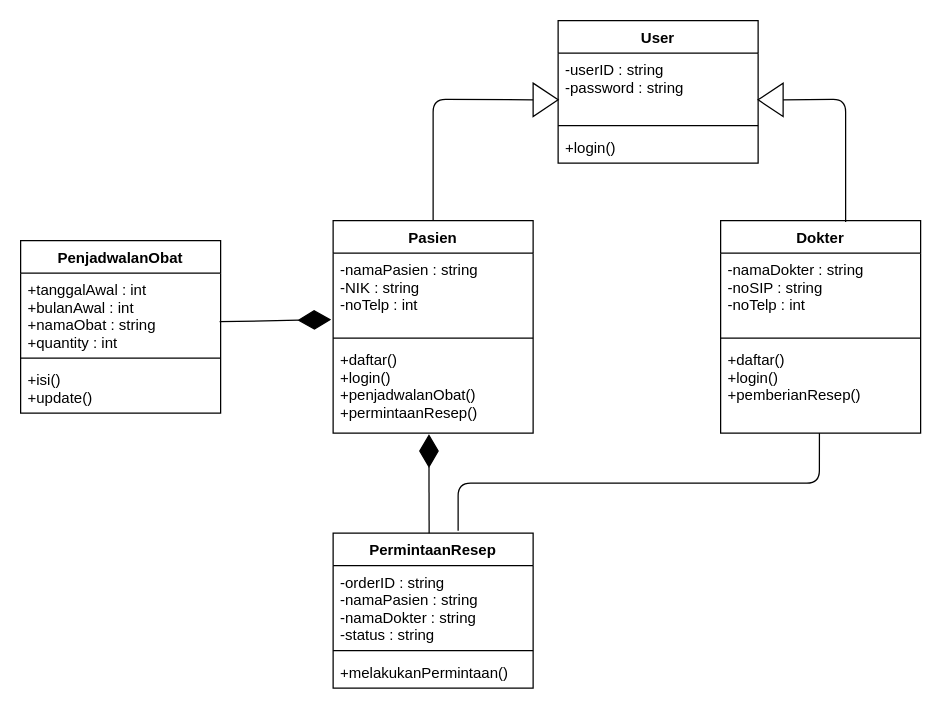
This is class diagram.drawio from WidadAbida/Praktikum-PPL, a draw.io file, before an edit. Source tidied: cells renumbered, new cells numbered last; positions are measured from the earlier drawing's top-left corner, leaving out a move shared by most shapes. Both pictures are drawn from the tidied source at 125%, with x=0, y=0 at pixel (20, 20).
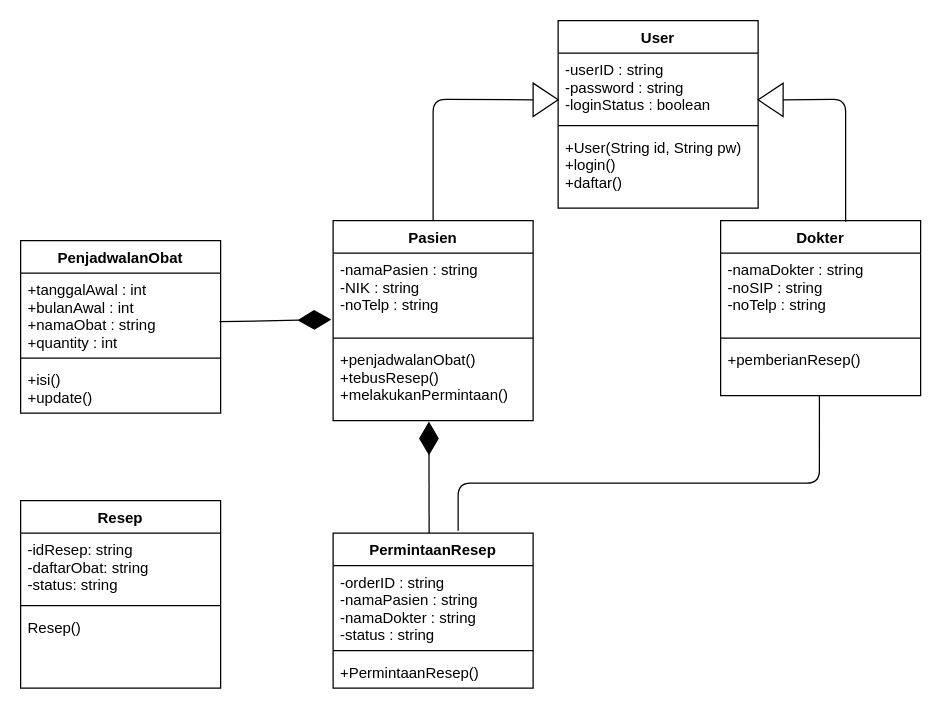
The same diagram, later.

Commit message:
Nambah Resep, pindah login() sama daftar() ke User

The change refers to these unchanged cells:
```xml
<mxCell id="23" value="PermintaanResep" style="swimlane;fontStyle=1;align=center;verticalAlign=top;horizontal=1;startSize=26;" parent="1" vertex="1">
  <mxGeometry x="250" y="410" width="160" height="124" as="geometry" />
</mxCell>
```

Diff of the diagram source:
```diff
@@
     <mxCell id="2" value="User" style="swimlane;fontStyle=1;align=center;verticalAlign=top;horizontal=1;startSize=26;" parent="1" vertex="1">
-      <mxGeometry x="430" width="160" height="114" as="geometry" />
+      <mxGeometry x="430" width="160" height="150" as="geometry" />
     </mxCell>
-    <mxCell id="3" value="-userID : string&#10;-password : string" style="text;strokeColor=none;fillColor=none;align=left;verticalAlign=top;spacingLeft=4;spacingRight=4;overflow=hidden;" parent="2" vertex="1">
+    <mxCell id="3" value="-userID : string&#10;-password : string&#10;-loginStatus : boolean&#10;" style="text;strokeColor=none;fillColor=none;align=left;verticalAlign=top;spacingLeft=4;spacingRight=4;overflow=hidden;" parent="2" vertex="1">
       <mxGeometry y="26" width="160" height="54" as="geometry" />
     </mxCell>
@@
-    <mxCell id="5" value="+login()" style="text;strokeColor=none;fillColor=none;align=left;verticalAlign=top;spacingLeft=4;spacingRight=4;overflow=hidden;" parent="2" vertex="1">
-      <mxGeometry y="88" width="160" height="26" as="geometry" />
+    <mxCell id="5" value="+User(String id, String pw)&#10;+login()&#10;+daftar()&#10;" style="text;strokeColor=none;fillColor=none;align=left;verticalAlign=top;spacingLeft=4;spacingRight=4;overflow=hidden;" parent="2" vertex="1">
+      <mxGeometry y="88" width="160" height="62" as="geometry" />
     </mxCell>
     <mxCell id="6" value="Pasien" style="swimlane;fontStyle=1;align=center;verticalAlign=top;horizontal=1;startSize=26;" parent="1" vertex="1">
-      <mxGeometry x="250" y="160" width="160" height="170" as="geometry" />
+      <mxGeometry x="250" y="160" width="160" height="160" as="geometry" />
     </mxCell>
-    <mxCell id="7" value="-namaPasien : string&#10;-NIK : string&#10;-noTelp : int" style="text;strokeColor=none;fillColor=none;align=left;verticalAlign=top;spacingLeft=4;spacingRight=4;overflow=hidden;points=[[0,0.5],[1,0.5]];portConstraint=eastwest;" parent="6" vertex="1">
+    <mxCell id="7" value="-namaPasien : string&#10;-NIK : string&#10;-noTelp : string" style="text;strokeColor=none;fillColor=none;align=left;verticalAlign=top;spacingLeft=4;spacingRight=4;overflow=hidden;points=[[0,0.5],[1,0.5]];portConstraint=eastwest;" parent="6" vertex="1">
       <mxGeometry y="26" width="160" height="64" as="geometry" />
     </mxCell>
@@
-    <mxCell id="9" value="+daftar()&#10;+login()&#10;+penjadwalanObat()&#10;+permintaanResep()&#10;" style="text;strokeColor=none;fillColor=none;align=left;verticalAlign=top;spacingLeft=4;spacingRight=4;overflow=hidden;points=[[0,0.5],[1,0.5]];portConstraint=eastwest;" parent="6" vertex="1">
-      <mxGeometry y="98" width="160" height="72" as="geometry" />
+    <mxCell id="9" value="+penjadwalanObat()&#10;+tebusResep()&#10;+melakukanPermintaan()&#10;" style="text;strokeColor=none;fillColor=none;align=left;verticalAlign=top;spacingLeft=4;spacingRight=4;overflow=hidden;points=[[0,0.5],[1,0.5]];portConstraint=eastwest;" parent="6" vertex="1">
+      <mxGeometry y="98" width="160" height="62" as="geometry" />
     </mxCell>
     <mxCell id="10" value="Dokter" style="swimlane;fontStyle=1;align=center;verticalAlign=top;horizontal=1;startSize=26;" parent="1" vertex="1">
-      <mxGeometry x="560" y="160" width="160" height="170" as="geometry" />
+      <mxGeometry x="560" y="160" width="160" height="140" as="geometry" />
     </mxCell>
-    <mxCell id="11" value="-namaDokter : string&#10;-noSIP : string&#10;-noTelp : int&#10;" style="text;strokeColor=none;fillColor=none;align=left;verticalAlign=top;spacingLeft=4;spacingRight=4;overflow=hidden;" parent="10" vertex="1">
+    <mxCell id="11" value="-namaDokter : string&#10;-noSIP : string&#10;-noTelp : string&#10;" style="text;strokeColor=none;fillColor=none;align=left;verticalAlign=top;spacingLeft=4;spacingRight=4;overflow=hidden;" parent="10" vertex="1">
       <mxGeometry y="26" width="160" height="64" as="geometry" />
     </mxCell>
@@
-    <mxCell id="13" value="+daftar()&#10;+login()&#10;+pemberianResep()" style="text;strokeColor=none;fillColor=none;align=left;verticalAlign=top;spacingLeft=4;spacingRight=4;overflow=hidden;points=[[0,0.5],[1,0.5]];portConstraint=eastwest;" parent="10" vertex="1">
-      <mxGeometry y="98" width="160" height="72" as="geometry" />
+    <mxCell id="13" value="+pemberianResep()" style="text;strokeColor=none;fillColor=none;align=left;verticalAlign=top;spacingLeft=4;spacingRight=4;overflow=hidden;points=[[0,0.5],[1,0.5]];portConstraint=eastwest;" parent="10" vertex="1">
+      <mxGeometry y="98" width="160" height="42" as="geometry" />
     </mxCell>
@@
-    <mxCell id="26" value="+melakukanPermintaan()" style="text;strokeColor=none;fillColor=none;align=left;verticalAlign=top;spacingLeft=4;spacingRight=4;overflow=hidden;" parent="23" vertex="1">
+    <mxCell id="26" value="+PermintaanResep()" style="text;strokeColor=none;fillColor=none;align=left;verticalAlign=top;spacingLeft=4;spacingRight=4;overflow=hidden;" parent="23" vertex="1">
       <mxGeometry y="98" width="160" height="26" as="geometry" />
     </mxCell>
@@
+    <mxCell id="29" value="Resep" style="swimlane;fontStyle=1;align=center;verticalAlign=top;horizontal=1;startSize=26;" parent="1" vertex="1">
+      <mxGeometry y="384" width="160" height="150" as="geometry" />
+    </mxCell>
+    <mxCell id="30" value="-idResep: string&#10;-daftarObat: string&#10;-status: string&#10;" style="text;strokeColor=none;fillColor=none;align=left;verticalAlign=top;spacingLeft=4;spacingRight=4;overflow=hidden;" parent="29" vertex="1">
+      <mxGeometry y="26" width="160" height="54" as="geometry" />
+    </mxCell>
+    <mxCell id="31" style="line;strokeWidth=1;fillColor=none;align=left;verticalAlign=middle;spacingTop=-1;spacingLeft=3;spacingRight=3;labelPosition=right;" parent="29" vertex="1">
+      <mxGeometry y="80" width="160" height="8" as="geometry" />
+    </mxCell>
+    <mxCell id="32" value="Resep()" style="text;strokeColor=none;fillColor=none;align=left;verticalAlign=top;spacingLeft=4;spacingRight=4;overflow=hidden;" parent="29" vertex="1">
+      <mxGeometry y="88" width="160" height="62" as="geometry" />
+    </mxCell>
```
